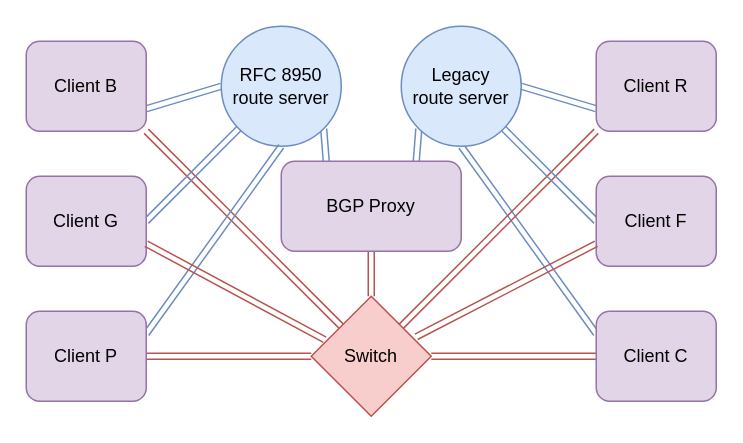
Before: simple-proxy.drawio in marenamat/ietf-draft-marenamat-grow-route-server-nh-translation, a draw.io diagram. Source tidied: cells renumbered, new cells numbered last; positions are measured from the earlier drawing's top-left corner, leaving out a move shared by most shapes. Both pictures are drawn from the tidied source at 150%, with x=0, y=0 at pixel (26, 26).
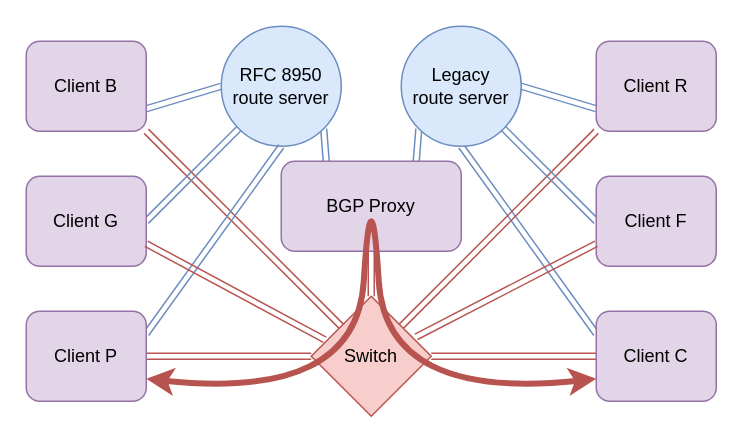
Above is the later version.

Unchanged cells that the change refers to:
```xml
<mxCell id="17" value="Client P" style="rounded=1;whiteSpace=wrap;html=1;fillColor=#e1d5e7;strokeColor=#9673a6;" parent="1" vertex="1">
  <mxGeometry y="190" width="80" height="60" as="geometry" />
</mxCell>
<mxCell id="24" value="Client C" style="rounded=1;whiteSpace=wrap;html=1;fillColor=#e1d5e7;strokeColor=#9673a6;" parent="1" vertex="1">
  <mxGeometry x="380" y="190" width="80" height="60" as="geometry" />
</mxCell>
```

Change to the diagram source:
```diff
@@
+    <mxCell id="27" style="curved=1;endArrow=classic;html=1;rounded=0;exitX=1;exitY=0.75;exitDx=0;exitDy=0;entryX=0;entryY=0.75;entryDx=0;entryDy=0;fillColor=#f8cecc;strokeColor=#b85450;strokeWidth=4;startArrow=classic;startFill=1;" parent="1" edge="1" source="17" target="24">
+      <mxGeometry relative="1" as="geometry">
+        <Array as="points">
+          <mxPoint x="220" y="250" />
+          <mxPoint x="230" y="90" />
+          <mxPoint x="240" y="250" />
+        </Array>
+      </mxGeometry>
+    </mxCell>
```
